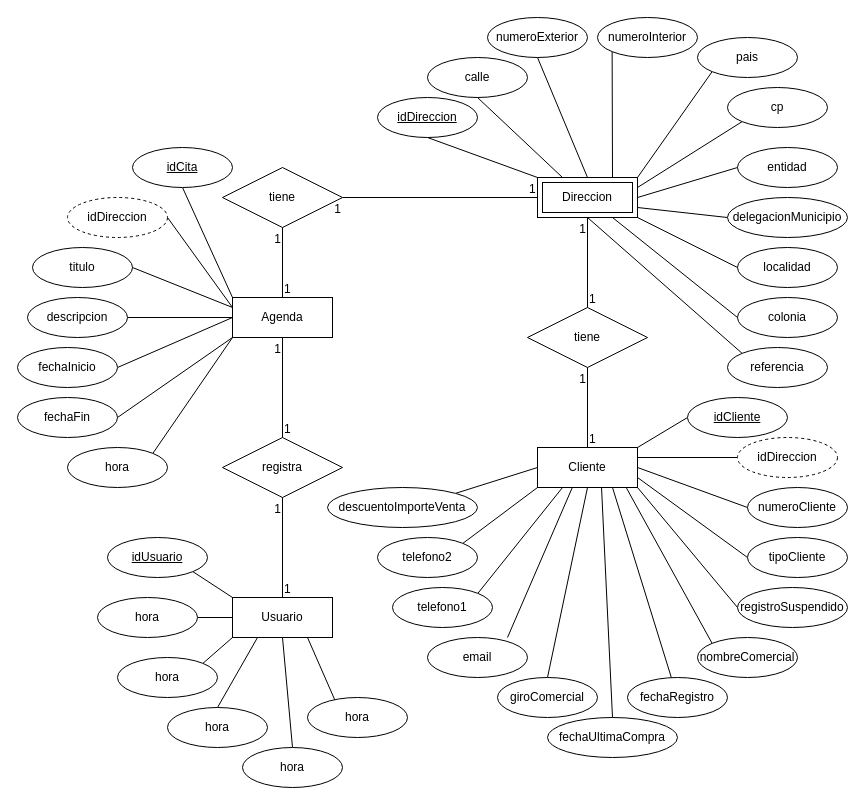
Before: UML-ER-Clientes.drawio in agustin-ollin/Doc-PROMEZ, a draw.io diagram. Source tidied: cells renumbered, new cells numbered last; positions are measured from the earlier drawing's top-left corner, leaving out a move shared by most shapes. Both pictures are drawn from the tidied source at 100%, with x=0, y=0 at pixel (17, 17).
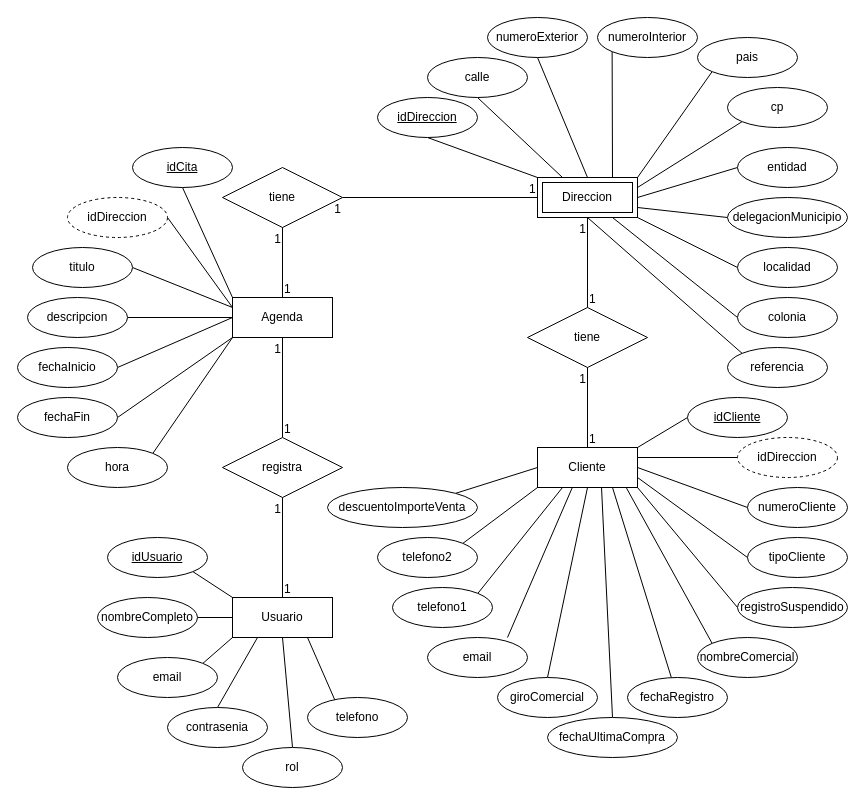
Above is the later version.

The edit, as a diff of the source:
```diff
@@
-    <mxCell id="61" value="hora" style="ellipse;whiteSpace=wrap;html=1;align=center;" parent="1" vertex="1">
+    <mxCell id="61" value="nombreCompleto" style="ellipse;whiteSpace=wrap;html=1;align=center;" parent="1" vertex="1">
       <mxGeometry x="80" y="580" width="100" height="40" as="geometry" />
     </mxCell>
@@
-    <mxCell id="63" value="hora" style="ellipse;whiteSpace=wrap;html=1;align=center;" parent="1" vertex="1">
+    <mxCell id="63" value="email" style="ellipse;whiteSpace=wrap;html=1;align=center;" parent="1" vertex="1">
       <mxGeometry x="100" y="640" width="100" height="40" as="geometry" />
     </mxCell>
@@
-    <mxCell id="65" value="hora" style="ellipse;whiteSpace=wrap;html=1;align=center;" parent="1" vertex="1">
+    <mxCell id="65" value="contrasenia" style="ellipse;whiteSpace=wrap;html=1;align=center;" parent="1" vertex="1">
       <mxGeometry x="150" y="690" width="100" height="40" as="geometry" />
     </mxCell>
@@
-    <mxCell id="67" value="hora" style="ellipse;whiteSpace=wrap;html=1;align=center;" parent="1" vertex="1">
+    <mxCell id="67" value="rol" style="ellipse;whiteSpace=wrap;html=1;align=center;" parent="1" vertex="1">
       <mxGeometry x="225" y="730" width="100" height="40" as="geometry" />
     </mxCell>
@@
-    <mxCell id="69" value="hora" style="ellipse;whiteSpace=wrap;html=1;align=center;" parent="1" vertex="1">
+    <mxCell id="69" value="telefono" style="ellipse;whiteSpace=wrap;html=1;align=center;" parent="1" vertex="1">
       <mxGeometry x="290" y="680" width="100" height="40" as="geometry" />
     </mxCell>
```
